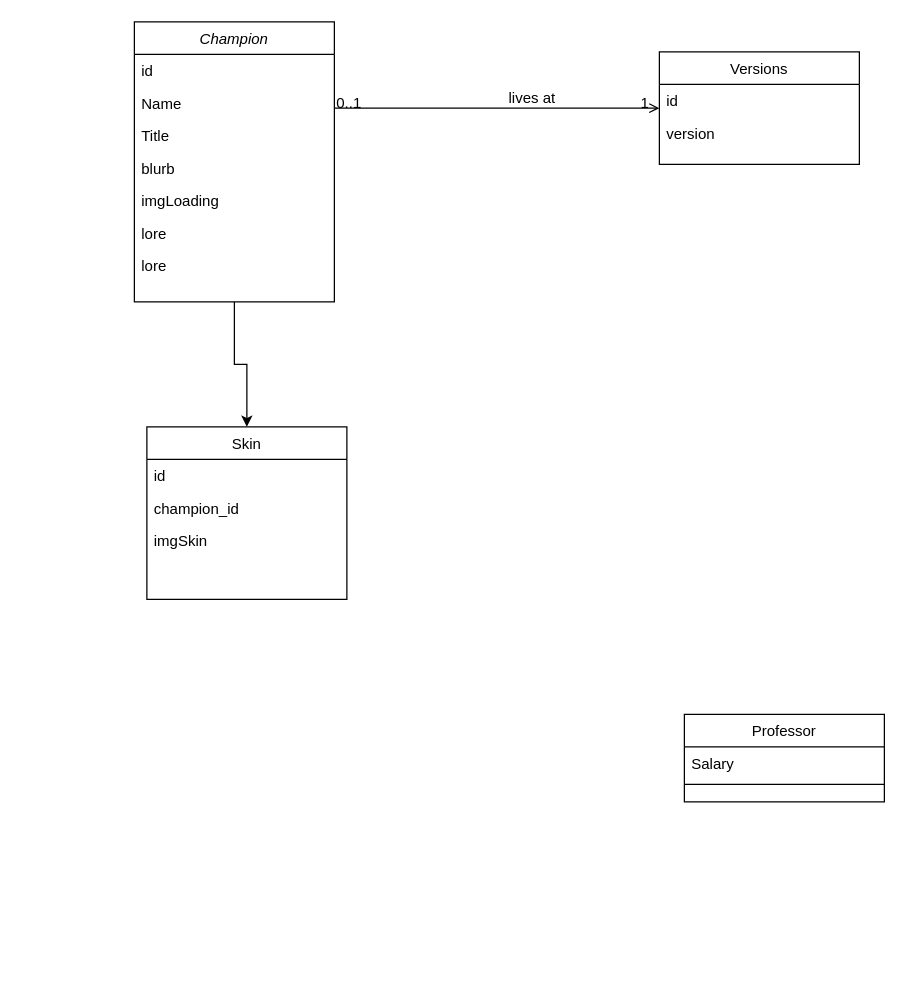
Above: Untitled Diagram.drawio in zeggriim2/Symlol (draw.io), before the change. Source tidied: cells renumbered, new cells numbered last; positions are measured from the earlier drawing's top-left corner, leaving out a move shared by most shapes. Both pictures are drawn from the tidied source at 125%, with x=0, y=0 at pixel (134, 21).
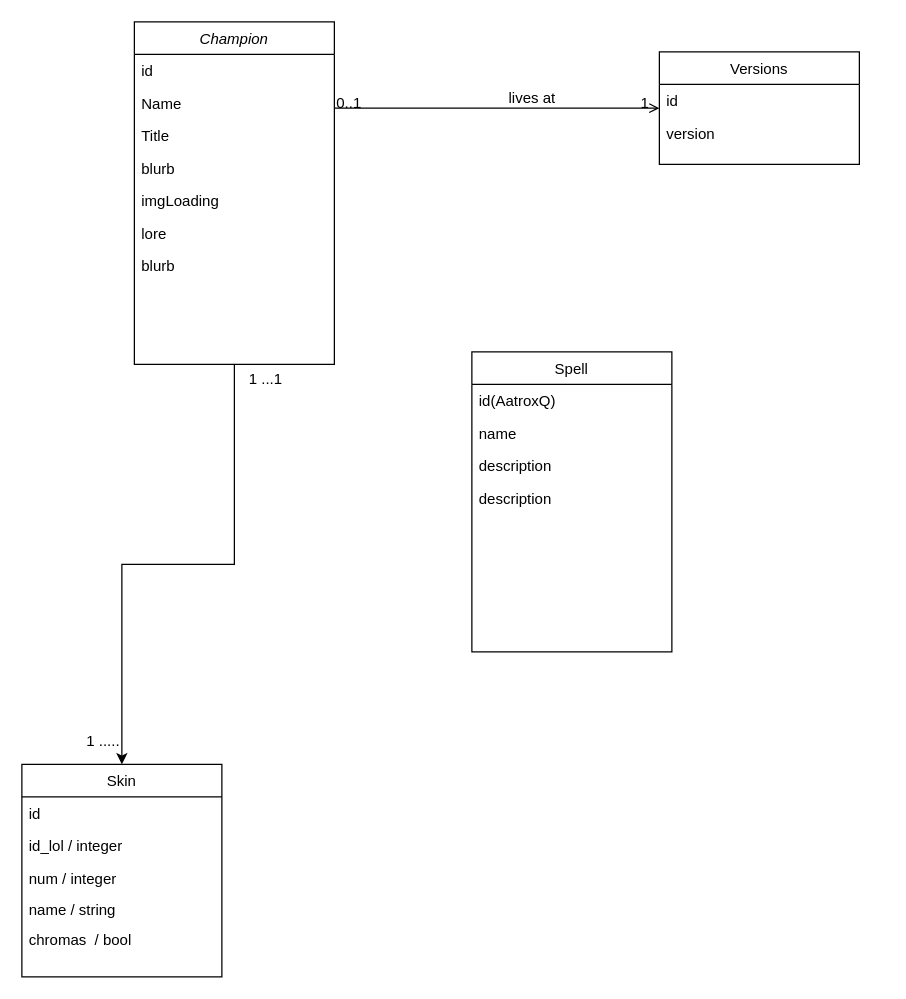
The same diagram, later.

The edit, as a diff of the source:
```diff
@@
     <mxCell id="3" value="Champion&#10;" style="swimlane;fontStyle=2;align=center;verticalAlign=top;horizontal=1;startSize=26;rounded=0;shadow=0;strokeWidth=1;" parent="1" vertex="1">
-      <mxGeometry width="160" height="224" as="geometry" />
+      <mxGeometry width="160" height="274" as="geometry" />
     </mxCell>
@@
-    <mxCell id="10" value="lore" style="text;align=left;verticalAlign=top;spacingLeft=4;spacingRight=4;overflow=hidden;rounded=0;shadow=0;html=0;" parent="3" vertex="1">
+    <mxCell id="10" value="blurb" style="text;align=left;verticalAlign=top;spacingLeft=4;spacingRight=4;overflow=hidden;rounded=0;shadow=0;html=0;" parent="3" vertex="1">
       <mxGeometry y="182" width="160" height="26" as="geometry" />
     </mxCell>
     <mxCell id="11" value="Skin" style="swimlane;fontStyle=0;align=center;verticalAlign=top;horizontal=1;startSize=26;rounded=0;shadow=0;strokeWidth=1;" parent="1" vertex="1">
-      <mxGeometry x="10" y="324" width="160" height="138" as="geometry" />
+      <mxGeometry x="-90" y="594" width="160" height="170" as="geometry" />
     </mxCell>
@@
-    <mxCell id="13" value="champion_id" style="text;align=left;verticalAlign=top;spacingLeft=4;spacingRight=4;overflow=hidden;rounded=0;shadow=0;html=0;" parent="11" vertex="1">
+    <mxCell id="13" value="id_lol / integer" style="text;align=left;verticalAlign=top;spacingLeft=4;spacingRight=4;overflow=hidden;rounded=0;shadow=0;html=0;" parent="11" vertex="1">
       <mxGeometry y="52" width="160" height="26" as="geometry" />
     </mxCell>
-    <mxCell id="14" value="imgSkin" style="text;align=left;verticalAlign=top;spacingLeft=4;spacingRight=4;overflow=hidden;rounded=0;shadow=0;html=0;" parent="11" vertex="1">
+    <mxCell id="14" value="num / integer" style="text;align=left;verticalAlign=top;spacingLeft=4;spacingRight=4;overflow=hidden;rounded=0;shadow=0;html=0;" parent="11" vertex="1">
       <mxGeometry y="78" width="160" height="26" as="geometry" />
     </mxCell>
-    <mxCell id="15" value="Professor" style="swimlane;fontStyle=0;align=center;verticalAlign=top;horizontal=1;startSize=26;rounded=0;shadow=0;strokeWidth=1;" parent="1" vertex="1">
-      <mxGeometry x="440" y="554" width="160" height="70" as="geometry" />
-    </mxCell>
-    <mxCell id="16" value="Salary" style="text;align=left;verticalAlign=top;spacingLeft=4;spacingRight=4;overflow=hidden;" parent="15" vertex="1">
-      <mxGeometry y="26" width="160" height="26" as="geometry" />
-    </mxCell>
-    <mxCell id="17" style="line;html=1;strokeWidth=1;align=left;verticalAlign=middle;spacingTop=-1;spacingLeft=3;spacingRight=3;labelPosition=right;" parent="15" vertex="1">
-      <mxGeometry y="52" width="160" height="8" as="geometry" />
-    </mxCell>
-    <mxCell id="18" value="Versions&#10;" style="swimlane;fontStyle=0;align=center;verticalAlign=top;horizontal=1;startSize=26;rounded=0;shadow=0;strokeWidth=1;" parent="1" vertex="1">
+    <mxCell id="18" value="Versions" style="swimlane;fontStyle=0;align=center;verticalAlign=top;horizontal=1;startSize=26;rounded=0;shadow=0;strokeWidth=1;" parent="1" vertex="1">
       <mxGeometry x="420" y="24" width="160" height="90" as="geometry" />
     </mxCell>
@@
+    <mxCell id="25" value="name / string" style="text;align=left;verticalAlign=top;spacingLeft=4;spacingRight=4;overflow=hidden;rounded=0;shadow=0;html=0;" parent="1" vertex="1">
+      <mxGeometry x="-90" y="697" width="160" height="26" as="geometry" />
+    </mxCell>
+    <mxCell id="26" value="chromas  / bool" style="text;align=left;verticalAlign=top;spacingLeft=4;spacingRight=4;overflow=hidden;rounded=0;shadow=0;html=0;" parent="1" vertex="1">
+      <mxGeometry x="-90" y="721" width="160" height="26" as="geometry" />
+    </mxCell>
+    <mxCell id="27" value="1 ....." style="align=left;verticalAlign=bottom;labelBackgroundColor=none;fontSize=12;" parent="1" vertex="1">
+      <mxGeometry x="-40" y="584" as="geometry" />
+    </mxCell>
+    <mxCell id="28" value="1 ...1" style="align=left;verticalAlign=bottom;labelBackgroundColor=none;fontSize=12;direction=north;" parent="1" vertex="1">
+      <mxGeometry x="90" y="294" as="geometry" />
+    </mxCell>
+    <mxCell id="29" value="Spell" style="swimlane;fontStyle=0;align=center;verticalAlign=top;horizontal=1;startSize=26;rounded=0;shadow=0;strokeWidth=1;" parent="1" vertex="1">
+      <mxGeometry x="270" y="264" width="160" height="240" as="geometry" />
+    </mxCell>
+    <mxCell id="30" value="id(AatroxQ)" style="text;align=left;verticalAlign=top;spacingLeft=4;spacingRight=4;overflow=hidden;" parent="29" vertex="1">
+      <mxGeometry y="26" width="160" height="26" as="geometry" />
+    </mxCell>
+    <mxCell id="31" value="name" style="text;align=left;verticalAlign=top;spacingLeft=4;spacingRight=4;overflow=hidden;rounded=0;shadow=0;html=0;" parent="29" vertex="1">
+      <mxGeometry y="52" width="160" height="26" as="geometry" />
+    </mxCell>
+    <mxCell id="32" value="description" style="text;align=left;verticalAlign=top;spacingLeft=4;spacingRight=4;overflow=hidden;rounded=0;shadow=0;html=0;" parent="29" vertex="1">
+      <mxGeometry y="78" width="160" height="26" as="geometry" />
+    </mxCell>
+    <mxCell id="33" value="description" style="text;align=left;verticalAlign=top;spacingLeft=4;spacingRight=4;overflow=hidden;rounded=0;shadow=0;html=0;" parent="29" vertex="1">
+      <mxGeometry y="104" width="160" height="26" as="geometry" />
+    </mxCell>
```
